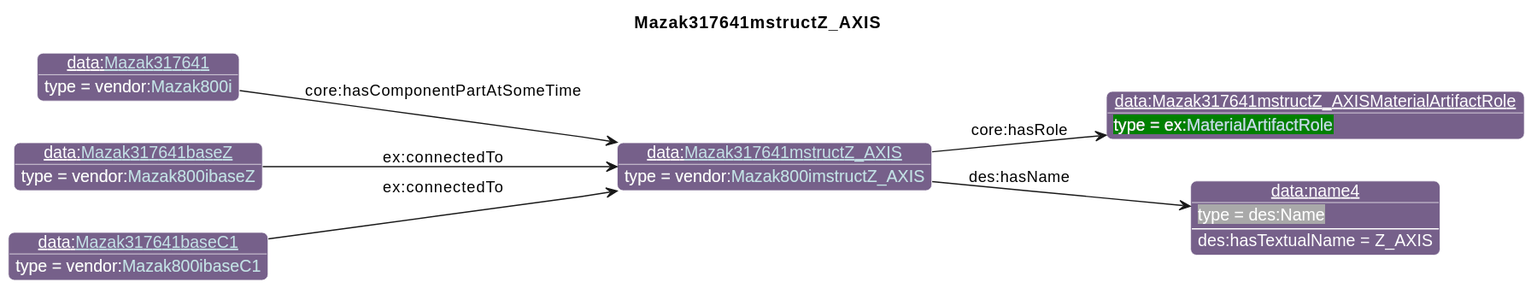
The PlantUML diagram diagrams/Mazak317641mstructZ_AXIS.svg in iofoundry/example-syseng-mtconnect, before a commit.
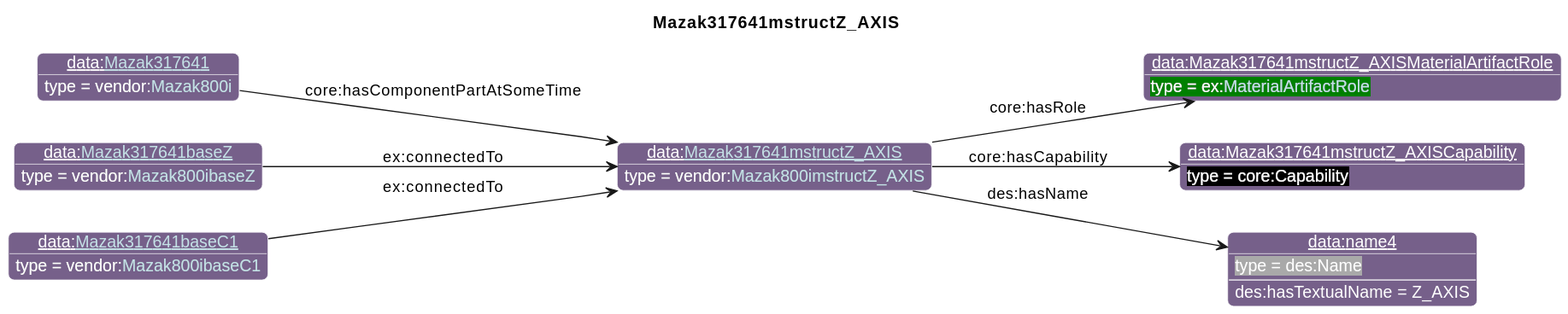
Above is the later version.

What changed in the source:
```diff
@@ -27,14 +27,16 @@
       }
 individual(o0, data:[[./Mazak317641mstructZ_AXIS.html Mazak317641mstructZ_AXIS]], vendor:[[../Mazak.html#Mazak800imstructZ_AXIS Mazak800imstructZ_AXIS]])
 individual(o1, data:Mazak317641mstructZ_AXISMaterialArtifactRole, ex:[[../Example.html#MaterialArtifactRole MaterialArtifactRole]])
-individual(o2, data:name4, des:Name)
-individual(o3, data:[[./Mazak317641.html Mazak317641]], vendor:[[../Mazak.html#Mazak800i Mazak800i]])
-individual(o4, data:[[./Mazak317641baseZ.html Mazak317641baseZ]], vendor:[[../Mazak.html#Mazak800ibaseZ Mazak800ibaseZ]])
-individual(o5, data:[[./Mazak317641baseC1.html Mazak317641baseC1]], vendor:[[../Mazak.html#Mazak800ibaseC1 Mazak800ibaseC1]])
+individual(o2, data:Mazak317641mstructZ_AXISCapability, core:Capability)
+individual(o3, data:name4, des:Name)
+individual(o4, data:[[./Mazak317641.html Mazak317641]], vendor:[[../Mazak.html#Mazak800i Mazak800i]])
+individual(o5, data:[[./Mazak317641baseZ.html Mazak317641baseZ]], vendor:[[../Mazak.html#Mazak800ibaseZ Mazak800ibaseZ]])
+individual(o6, data:[[./Mazak317641baseC1.html Mazak317641baseC1]], vendor:[[../Mazak.html#Mazak800ibaseC1 Mazak800ibaseC1]])
 property(o0, "core:hasRole", o1)
-property(o0, "des:hasName", o2)
-data(o2, "des:hasTextualName", "Z_AXIS")
-property(o3, "core:hasComponentPartAtSomeTime", o0)
-property(o4, "ex:connectedTo", o0)
+property(o0, "core:hasCapability", o2)
+property(o0, "des:hasName", o3)
+data(o3, "des:hasTextualName", "Z_AXIS")
+property(o4, "core:hasComponentPartAtSomeTime", o0)
 property(o5, "ex:connectedTo", o0)
+property(o6, "ex:connectedTo", o0)
 @enduml
```
